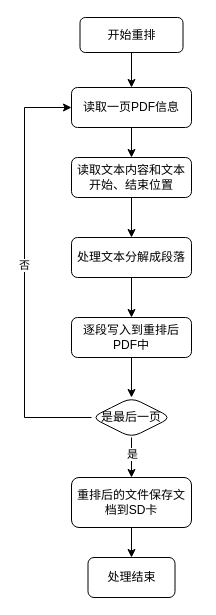
Above: 两栖手写.drawio in xubinlu/android-journey (draw.io), before the change. Source tidied: cells renumbered, new cells numbered last; positions are measured from the earlier drawing's top-left corner, leaving out a move shared by most shapes. Both pictures are drawn from the tidied source at 100%, with x=0, y=0 at pixel (24, 17).
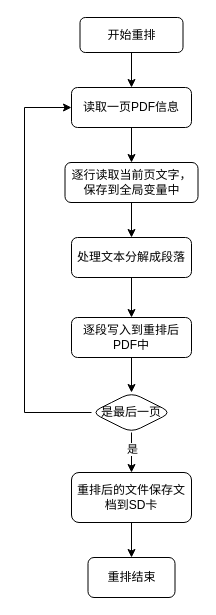
Above is the later version.

Commit message:
更新两栖手写.drawio

Unchanged cells that the change refers to:
```xml
<mxCell id="19" value="读取一页PDF信息" style="rounded=1;whiteSpace=wrap;html=1;fontSize=12;glass=0;strokeWidth=1;shadow=0;" parent="1" vertex="1">
  <mxGeometry x="47" y="70" width="120" height="40" as="geometry" />
</mxCell>
```

The edit, as a diff of the source:
```diff
@@
-    <mxCell id="5" value="读取文本内容和文本开始、结束位置" style="rounded=1;whiteSpace=wrap;html=1;fontSize=12;glass=0;strokeWidth=1;shadow=0;" parent="1" vertex="1">
-      <mxGeometry x="47" y="140" width="120" height="40" as="geometry" />
+    <mxCell id="5" value="逐行读取当前页文字，保存到全局变量中" style="rounded=1;whiteSpace=wrap;html=1;fontSize=12;glass=0;strokeWidth=1;shadow=0;" parent="1" vertex="1">
+      <mxGeometry x="40.5" y="145" width="133" height="40" as="geometry" />
     </mxCell>
@@
     <mxCell id="11" value="重排后的文件保存文档到SD卡" style="rounded=1;whiteSpace=wrap;html=1;fontSize=12;glass=0;strokeWidth=1;shadow=0;" parent="1" vertex="1">
-      <mxGeometry x="47" y="460" width="120" height="50" as="geometry" />
+      <mxGeometry x="47" y="455" width="120" height="50" as="geometry" />
     </mxCell>
@@
     <mxCell id="14" style="edgeStyle=orthogonalEdgeStyle;rounded=0;jettySize=auto;html=1;exitX=0;exitY=0.5;exitDx=0;exitDy=0;entryX=0;entryY=0.5;entryDx=0;entryDy=0;" parent="1" edge="1" source="16" target="19">
       <mxGeometry relative="1" as="geometry">
         <Array as="points">
-          <mxPoint y="400" />
+          <mxPoint y="395" />
           <mxPoint y="90" />
         </Array>
       </mxGeometry>
     </mxCell>
-    <mxCell id="15" value="否" style="edgeLabel;html=1;align=center;verticalAlign=middle;" parent="14" vertex="1">
-      <mxGeometry x="0.04" y="1" relative="1" as="geometry" />
-    </mxCell>
     <mxCell id="16" value="是最后一页" style="rhombus;whiteSpace=wrap;html=1;rounded=1;glass=0;strokeWidth=1;shadow=0;" parent="1" vertex="1">
-      <mxGeometry x="67" y="380" width="80" height="40" as="geometry" />
+      <mxGeometry x="67" y="375" width="80" height="40" as="geometry" />
     </mxCell>
-    <mxCell id="17" value="处理结束" style="rounded=1;whiteSpace=wrap;html=1;fontSize=12;glass=0;strokeWidth=1;shadow=0;" parent="1" vertex="1">
+    <mxCell id="17" value="重排结束" style="rounded=1;whiteSpace=wrap;html=1;fontSize=12;glass=0;strokeWidth=1;shadow=0;" parent="1" vertex="1">
       <mxGeometry x="63.5" y="540" width="87" height="40" as="geometry" />
     </mxCell>
```
